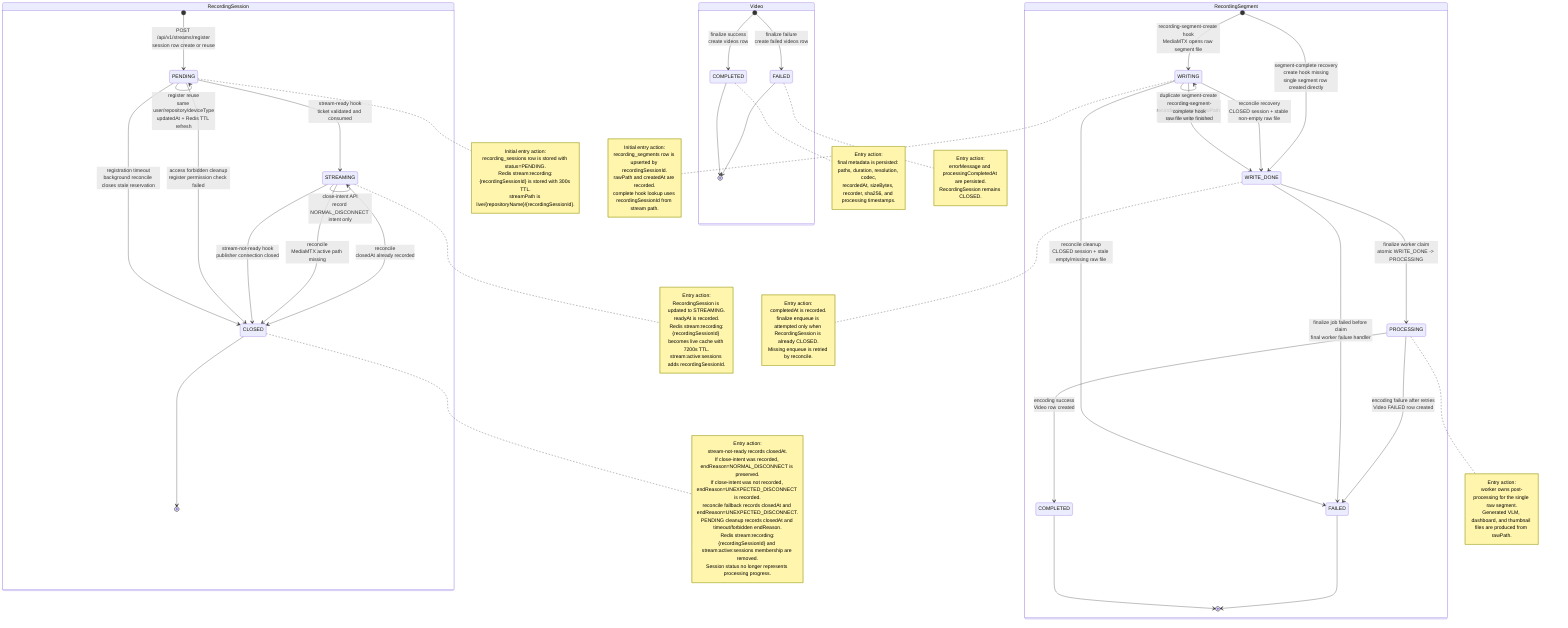
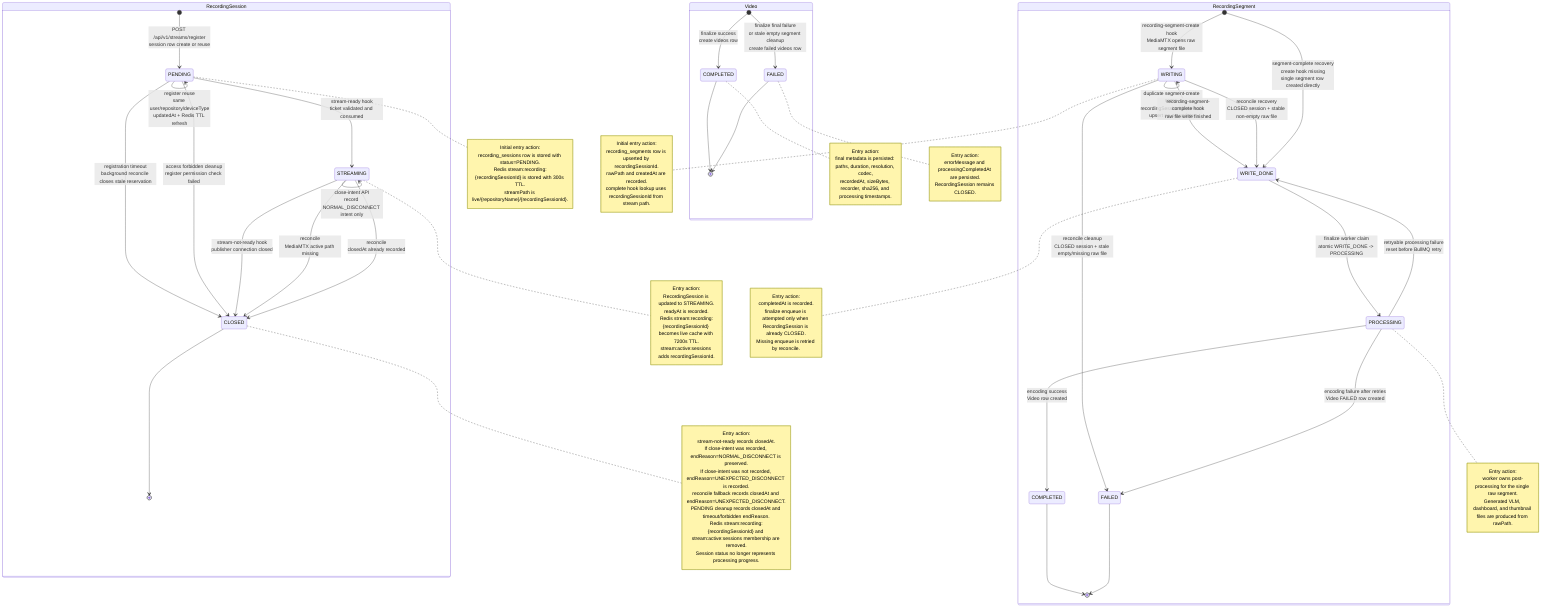
stateDiagram-v2
  state "RecordingSession" as RecordingSession {
    [*] --> RS_PENDING: POST /api/v1/streams/register<br/>session row create or reuse

    state "PENDING" as RS_PENDING
    state "STREAMING" as RS_STREAMING
    state "CLOSED" as RS_CLOSED

    note right of RS_PENDING
      Initial entry action:
      recording_sessions row is stored with status=PENDING.
      Redis stream:recording:{recordingSessionId} is stored with 300s TTL.
      streamPath is live/{repositoryName}/{recordingSessionId}.
    end note

    RS_PENDING --> RS_PENDING: register reuse<br/>same user/repository/deviceType<br/>updatedAt + Redis TTL refresh
    RS_PENDING --> RS_STREAMING: stream-ready hook<br/>ticket validated and consumed
    RS_PENDING --> RS_CLOSED: registration timeout<br/>background reconcile closes stale reservation
    RS_PENDING --> RS_CLOSED: access forbidden cleanup<br/>register permission check failed

    note right of RS_STREAMING
      Entry action:
      RecordingSession is updated to STREAMING.
      readyAt is recorded.
      Redis stream:recording:{recordingSessionId} becomes live cache with 7200s TTL.
      stream:active:sessions adds recordingSessionId.
    end note

    RS_STREAMING --> RS_STREAMING: close-intent API<br/>record NORMAL_DISCONNECT intent only
    RS_STREAMING --> RS_CLOSED: stream-not-ready hook<br/>publisher connection closed
    RS_STREAMING --> RS_CLOSED: reconcile<br/>MediaMTX active path missing
    RS_STREAMING --> RS_CLOSED: reconcile<br/>closedAt already recorded

    note right of RS_CLOSED
      Entry action:
      stream-not-ready records closedAt.
      If close-intent was recorded, endReason=NORMAL_DISCONNECT is preserved.
      If close-intent was not recorded, endReason=UNEXPECTED_DISCONNECT is recorded.
      reconcile fallback records closedAt and endReason=UNEXPECTED_DISCONNECT.
      PENDING cleanup records closedAt and timeout/forbidden endReason.
      Redis stream:recording:{recordingSessionId} and stream:active:sessions membership are removed.
      Session status no longer represents processing progress.
    end note

    RS_CLOSED --> [*]
  }

  state "RecordingSegment" as RecordingSegment {
    [*] --> SEG_WRITING: recording-segment-create hook<br/>MediaMTX opens raw segment file

    state "WRITING" as SEG_WRITING
    state "WRITE_DONE" as SEG_WRITE_DONE
    state "PROCESSING" as SEG_PROCESSING
    state "COMPLETED" as SEG_COMPLETED
    state "FAILED" as SEG_FAILED

    note right of SEG_WRITING
      Initial entry action:
      recording_segments row is upserted by recordingSessionId.
      rawPath and createdAt are recorded.
      complete hook lookup uses recordingSessionId from stream path.
    end note

    SEG_WRITING --> SEG_WRITING: duplicate segment-create<br/>same recordingSessionId/rawPath<br/>upsert no-op update
    SEG_WRITING --> SEG_WRITE_DONE: recording-segment-complete hook<br/>raw file write finished
    SEG_WRITING --> SEG_WRITE_DONE: reconcile recovery<br/>CLOSED session + stable non-empty raw file
    SEG_WRITING --> SEG_FAILED: reconcile cleanup<br/>CLOSED session + stale empty/missing raw file
    [*] --> SEG_WRITE_DONE: segment-complete recovery<br/>create hook missing<br/>single segment row created directly
    SEG_WRITE_DONE --> SEG_PROCESSING: finalize worker claim<br/>atomic WRITE_DONE -> PROCESSING
-     SEG_WRITE_DONE --> SEG_FAILED: finalize job failed before claim<br/>final worker failure handler
+     SEG_PROCESSING --> SEG_WRITE_DONE: retryable processing failure<br/>reset before BullMQ retry
    SEG_PROCESSING --> SEG_COMPLETED: encoding success<br/>Video row created
    SEG_PROCESSING --> SEG_FAILED: encoding failure after retries<br/>Video FAILED row created

    note right of SEG_WRITE_DONE
      Entry action:
      completedAt is recorded.
      finalize enqueue is attempted only when RecordingSession is already CLOSED.
      Missing enqueue is retried by reconcile.
    end note

    note right of SEG_PROCESSING
      Entry action:
      worker owns post-processing for the single raw segment.
      Generated VLM, dashboard, and thumbnail files are produced from rawPath.
    end note

    SEG_COMPLETED --> [*]
    SEG_FAILED --> [*]
  }

  state "Video" as Video {
    [*] --> VIDEO_COMPLETED: finalize success<br/>create videos row
-     [*] --> VIDEO_FAILED: finalize failure<br/>create failed videos row
+     [*] --> VIDEO_FAILED: finalize final failure<br/>or stale empty segment cleanup<br/>create failed videos row

    state "COMPLETED" as VIDEO_COMPLETED
    state "FAILED" as VIDEO_FAILED

    note right of VIDEO_COMPLETED
      Entry action:
      final metadata is persisted: paths, duration, resolution, codec,
      recordedAt, sizeBytes, recorder, sha256, and processing timestamps.
    end note

    note right of VIDEO_FAILED
      Entry action:
      errorMessage and processingCompletedAt are persisted.
      RecordingSession remains CLOSED.
    end note

    VIDEO_COMPLETED --> [*]
    VIDEO_FAILED --> [*]
  }

%% 참고:
%% RecordingSession.status는 streaming session 자체의 lifecycle만 표현한다.
%% 최초 PENDING 진입은 register API가 담당하고, STREAMING 진입은 stream-ready hook이 담당한다.
%% App 변경 필요:
%% App 종료 버튼은 legacy Stop API를 호출하지 않고
%% POST /api/v1/recordings/{recordingSessionId}/close-intent 를 먼저 호출한다.
%% body는 { "reason": "NORMAL_DISCONNECT" } 이며, 200 OK 이후 RTMP publisher socket을 정상 close한다.
%% close-intent는 RecordingSession.status를 바꾸지 않는 STREAMING self-loop이다.
%% publisher connection 종료는 stream-not-ready hook 또는 reconcile이 CLOSED로 반영한다.
%% MediaMTX stream-not-ready hook payload만으로 정상 close와 crash/reset을 완벽히 구분할 수는 없다.
%% recording session 하나는 RecordingSegment 하나만 가진다.
%% 최초 segment 진입은 segment-create hook의 WRITING row 생성이며, create hook이 누락된 경우 segment-complete가 WRITE_DONE row를 복구 생성할 수 있다.
%% segment-complete는 RecordingSession을 직접 닫지 않고 단일 RecordingSegment를 WRITE_DONE으로 확정한 뒤 enqueue를 시도한다.
%% RecordingSegment.status가 raw segment write와 후처리 상태를 표현한다.
%% Video row는 finalize가 성공하거나 최종 실패했을 때 생성된다.
